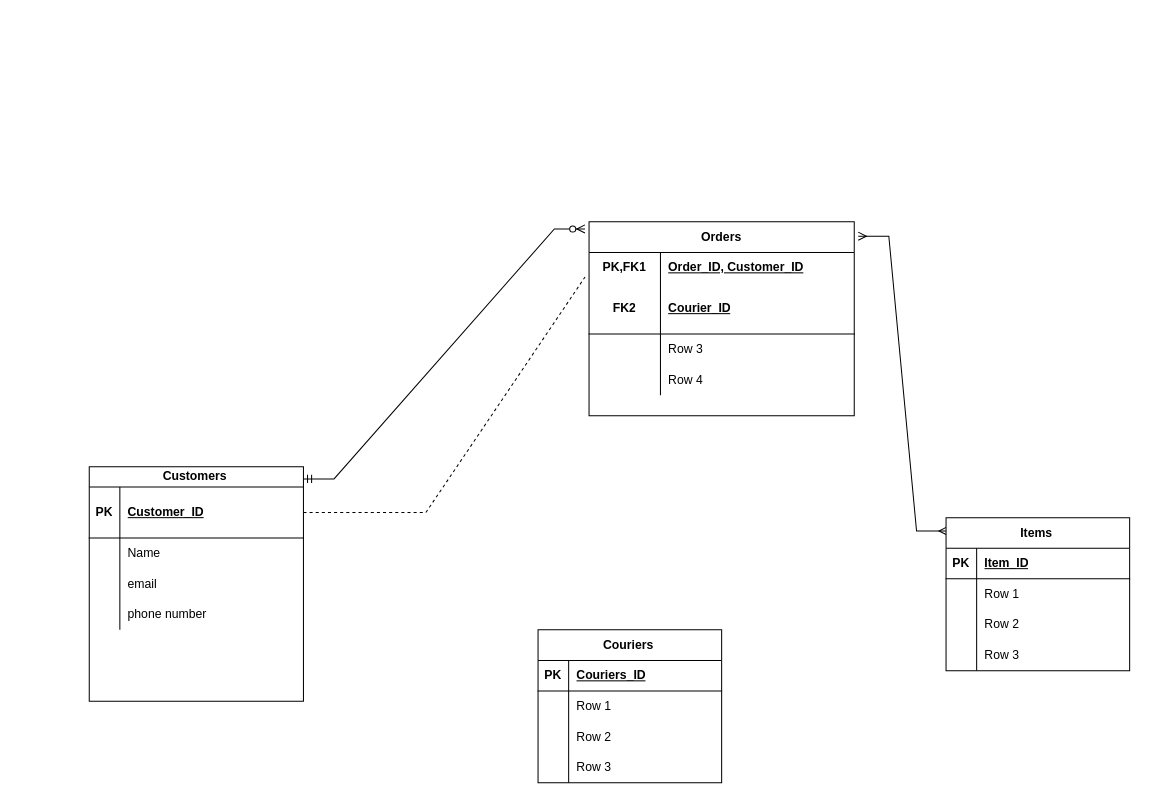
The draw.io diagram Untitled Diagram.drawio in Travis-bug/Eseosa-, before the edit. Source tidied: cells renumbered, new cells numbered last; positions are measured from the earlier drawing's top-left corner, leaving out a move shared by most shapes. Both pictures are drawn from the tidied source at 102%, with x=0, y=0 at pixel (89, 221).
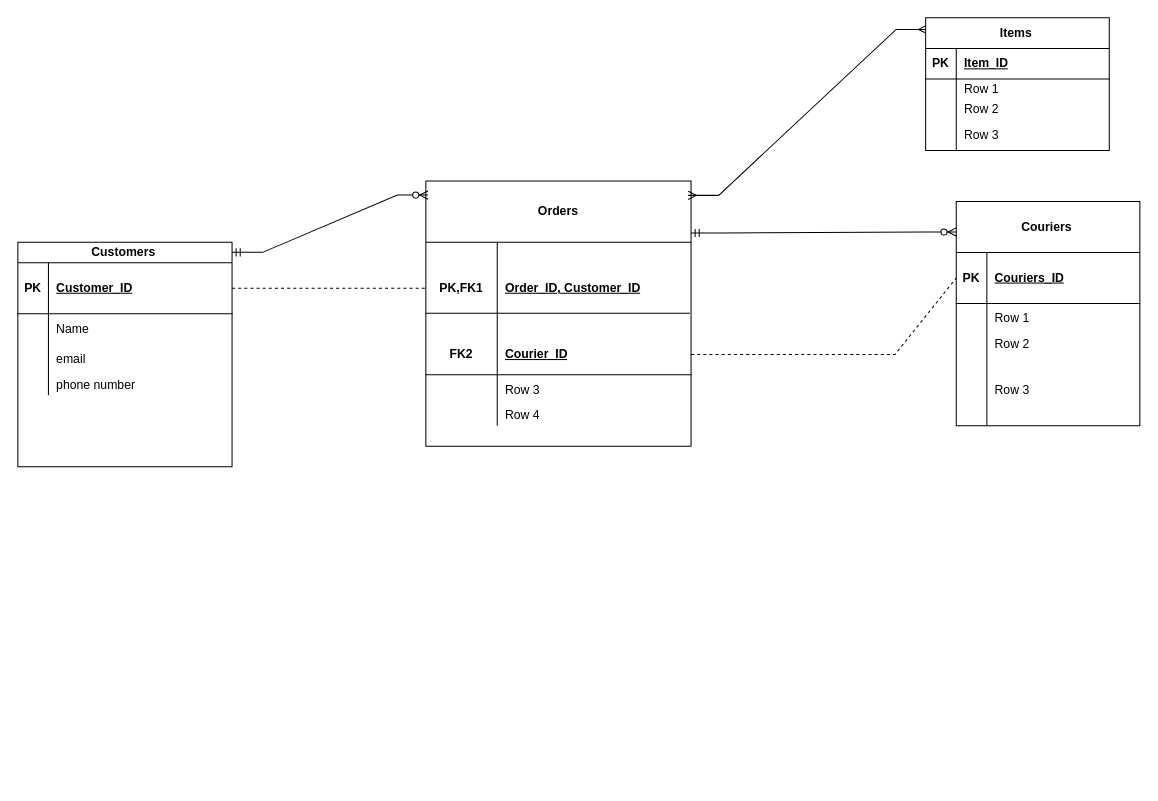
After the change.

The change refers to these unchanged cells:
```xml
<mxCell id="3" style="shape=tableRow;horizontal=0;startSize=0;swimlaneHead=0;swimlaneBody=0;fillColor=none;points=[[0,0.5],[1,0.5]];portConstraint=eastwest;top=0;left=0;right=0;bottom=1;" parent="2" vertex="1">
  <mxGeometry y="20" width="210" height="50" as="geometry" />
</mxCell>
```

Change to the diagram source:
```diff
@@
+    <mxCell id="57" style="edgeStyle=orthogonalEdgeStyle;rounded=0;jettySize=auto;html=1;exitX=0.5;exitY=0;exitDx=0;exitDy=0;" parent="1" edge="1" source="2">
+      <mxGeometry relative="1" as="geometry">
+        <mxPoint x="35" y="30" as="targetPoint" />
+      </mxGeometry>
+    </mxCell>
     <mxCell id="2" value="Customers&amp;nbsp;" style="shape=table;startSize=20;childLayout=tableLayout;rowLines=0;fontStyle=1;align=center;html=1;" parent="1" vertex="1">
-      <mxGeometry y="240" width="210" height="230" as="geometry" />
+      <mxGeometry x="-70" y="20" width="210" height="220" as="geometry" />
     </mxCell>
@@
     <mxCell id="12" style="shape=tableRow;horizontal=0;startSize=0;swimlaneHead=0;swimlaneBody=0;fillColor=none;top=0;left=0;right=0;bottom=0;" parent="2" vertex="1">
-      <mxGeometry y="130" width="210" height="30" as="geometry" />
+      <mxGeometry y="130" width="210" height="20" as="geometry" />
     </mxCell>
     <mxCell id="13" style="shape=partialRectangle;fillColor=none;top=0;left=0;bottom=0;right=0;overflow=hidden;whiteSpace=wrap;html=1;" parent="12" vertex="1">
-      <mxGeometry width="30" height="30" as="geometry" />
+      <mxGeometry width="30" height="20" as="geometry" />
     </mxCell>
     <mxCell id="14" value="phone number&amp;nbsp;" style="shape=partialRectangle;fillColor=none;top=0;left=0;bottom=0;right=0;align=left;spacingLeft=6;overflow=hidden;whiteSpace=wrap;html=1;" parent="12" vertex="1">
-      <mxGeometry x="30" width="180" height="30" as="geometry" />
+      <mxGeometry x="30" width="180" height="20" as="geometry" />
     </mxCell>
-    <mxCell id="15" value="Couriers&amp;nbsp;" style="shape=table;startSize=30;childLayout=tableLayout;rowLines=0;fontStyle=1;align=center;html=1;" parent="1" vertex="1">
-      <mxGeometry x="440" y="400" width="180" height="150" as="geometry" />
+    <mxCell id="15" value="Couriers&amp;nbsp;" style="shape=table;startSize=50;childLayout=tableLayout;rowLines=0;fontStyle=1;align=center;html=1;" parent="1" vertex="1">
+      <mxGeometry x="850" y="-20" width="180" height="220" as="geometry" />
     </mxCell>
     <mxCell id="16" style="shape=tableRow;horizontal=0;startSize=0;swimlaneHead=0;swimlaneBody=0;fillColor=none;points=[[0,0.5],[1,0.5]];portConstraint=eastwest;top=0;left=0;right=0;bottom=1;" parent="15" vertex="1">
-      <mxGeometry y="30" width="180" height="30" as="geometry" />
+      <mxGeometry y="50" width="180" height="50" as="geometry" />
     </mxCell>
     <mxCell id="17" value="PK" style="shape=partialRectangle;fillColor=none;top=0;left=0;bottom=0;right=0;fontStyle=1;overflow=hidden;whiteSpace=wrap;html=1;" parent="16" vertex="1">
-      <mxGeometry width="30" height="30" as="geometry" />
+      <mxGeometry width="30" height="50" as="geometry" />
     </mxCell>
     <mxCell id="18" value="Couriers_ID" style="shape=partialRectangle;fillColor=none;top=0;left=0;bottom=0;right=0;align=left;spacingLeft=6;fontStyle=5;overflow=hidden;whiteSpace=wrap;html=1;" parent="16" vertex="1">
-      <mxGeometry x="30" width="150" height="30" as="geometry" />
+      <mxGeometry x="30" width="150" height="50" as="geometry" />
     </mxCell>
     <mxCell id="19" style="shape=tableRow;horizontal=0;startSize=0;swimlaneHead=0;swimlaneBody=0;fillColor=none;top=0;left=0;right=0;bottom=0;" parent="15" vertex="1">
-      <mxGeometry y="60" width="180" height="30" as="geometry" />
+      <mxGeometry y="100" width="180" height="30" as="geometry" />
     </mxCell>
@@
     <mxCell id="22" style="shape=tableRow;horizontal=0;startSize=0;swimlaneHead=0;swimlaneBody=0;fillColor=none;top=0;left=0;right=0;bottom=0;" parent="15" vertex="1">
-      <mxGeometry y="90" width="180" height="30" as="geometry" />
+      <mxGeometry y="130" width="180" height="20" as="geometry" />
     </mxCell>
     <mxCell id="23" style="shape=partialRectangle;fillColor=none;top=0;left=0;bottom=0;right=0;overflow=hidden;whiteSpace=wrap;html=1;" parent="22" vertex="1">
-      <mxGeometry width="30" height="30" as="geometry" />
+      <mxGeometry width="30" height="20" as="geometry" />
     </mxCell>
     <mxCell id="24" value="Row 2" style="shape=partialRectangle;fillColor=none;top=0;left=0;bottom=0;right=0;align=left;spacingLeft=6;overflow=hidden;whiteSpace=wrap;html=1;" parent="22" vertex="1">
-      <mxGeometry x="30" width="150" height="30" as="geometry" />
+      <mxGeometry x="30" width="150" height="20" as="geometry" />
     </mxCell>
     <mxCell id="25" style="shape=tableRow;horizontal=0;startSize=0;swimlaneHead=0;swimlaneBody=0;fillColor=none;top=0;left=0;right=0;bottom=0;" parent="15" vertex="1">
-      <mxGeometry y="120" width="180" height="30" as="geometry" />
+      <mxGeometry y="150" width="180" height="70" as="geometry" />
     </mxCell>
     <mxCell id="26" style="shape=partialRectangle;fillColor=none;top=0;left=0;bottom=0;right=0;overflow=hidden;whiteSpace=wrap;html=1;" parent="25" vertex="1">
-      <mxGeometry width="30" height="30" as="geometry" />
+      <mxGeometry width="30" height="70" as="geometry" />
     </mxCell>
     <mxCell id="27" value="Row 3" style="shape=partialRectangle;fillColor=none;top=0;left=0;bottom=0;right=0;align=left;spacingLeft=6;overflow=hidden;whiteSpace=wrap;html=1;" parent="25" vertex="1">
-      <mxGeometry x="30" width="150" height="30" as="geometry" />
+      <mxGeometry x="30" width="150" height="70" as="geometry" />
     </mxCell>
-    <mxCell id="28" value="Orders" style="shape=table;startSize=30;childLayout=tableLayout;rowLines=0;fontStyle=1;align=center;html=1;whiteSpace=wrap;" parent="1" vertex="1">
-      <mxGeometry x="490" width="260" height="190" as="geometry" />
+    <mxCell id="28" value="Orders" style="shape=table;startSize=60;childLayout=tableLayout;rowLines=0;fontStyle=1;align=center;html=1;whiteSpace=wrap;" parent="1" vertex="1">
+      <mxGeometry x="330" y="-40" width="260" height="260" as="geometry" />
     </mxCell>
     <mxCell id="29" style="shape=tableRow;horizontal=0;startSize=0;swimlaneHead=0;swimlaneBody=0;fillColor=none;points=[[0,0.5],[1,0.5]];portConstraint=eastwest;top=0;left=0;right=0;bottom=0;html=1;" parent="28" vertex="1">
-      <mxGeometry y="30" width="260" height="30" as="geometry" />
+      <mxGeometry y="60" width="260" height="90" as="geometry" />
     </mxCell>
     <mxCell id="30" value="PK,FK1" style="shape=partialRectangle;fillColor=none;top=0;left=0;bottom=0;right=0;fontStyle=1;overflow=hidden;html=1;whiteSpace=wrap;" parent="29" vertex="1">
-      <mxGeometry width="70" height="30" as="geometry" />
+      <mxGeometry width="70" height="90" as="geometry" />
     </mxCell>
     <mxCell id="31" value="Order_ID, Customer_ID" style="shape=partialRectangle;fillColor=none;top=0;left=0;bottom=0;right=0;align=left;spacingLeft=6;fontStyle=5;overflow=hidden;html=1;whiteSpace=wrap;" parent="29" vertex="1">
-      <mxGeometry x="70" width="190" height="30" as="geometry" />
+      <mxGeometry x="70" width="190" height="90" as="geometry" />
     </mxCell>
     <mxCell id="32" style="shape=tableRow;horizontal=0;startSize=0;swimlaneHead=0;swimlaneBody=0;fillColor=none;points=[[0,0.5],[1,0.5]];portConstraint=eastwest;top=0;left=0;right=0;bottom=1;html=1;" parent="28" vertex="1">
-      <mxGeometry y="60" width="260" height="50" as="geometry" />
+      <mxGeometry y="150" width="260" height="40" as="geometry" />
     </mxCell>
     <mxCell id="33" value="FK2" style="shape=partialRectangle;fillColor=none;top=0;left=0;bottom=0;right=0;fontStyle=1;overflow=hidden;html=1;whiteSpace=wrap;" parent="32" vertex="1">
-      <mxGeometry width="70" height="50" as="geometry" />
+      <mxGeometry width="70" height="40" as="geometry" />
     </mxCell>
     <mxCell id="34" value="Courier_ID" style="shape=partialRectangle;fillColor=none;top=0;left=0;bottom=0;right=0;align=left;spacingLeft=6;fontStyle=5;overflow=hidden;html=1;whiteSpace=wrap;" parent="32" vertex="1">
-      <mxGeometry x="70" width="190" height="50" as="geometry" />
+      <mxGeometry x="70" width="190" height="40" as="geometry" />
     </mxCell>
     <mxCell id="35" style="shape=tableRow;horizontal=0;startSize=0;swimlaneHead=0;swimlaneBody=0;fillColor=none;top=0;left=0;right=0;bottom=0;html=1;" parent="28" vertex="1">
-      <mxGeometry y="110" width="260" height="30" as="geometry" />
+      <mxGeometry y="190" width="260" height="30" as="geometry" />
     </mxCell>
@@
     <mxCell id="38" style="shape=tableRow;horizontal=0;startSize=0;swimlaneHead=0;swimlaneBody=0;fillColor=none;top=0;left=0;right=0;bottom=0;html=1;" parent="28" vertex="1">
-      <mxGeometry y="140" width="260" height="30" as="geometry" />
+      <mxGeometry y="220" width="260" height="20" as="geometry" />
     </mxCell>
     <mxCell id="39" style="shape=partialRectangle;fillColor=none;top=0;left=0;bottom=0;right=0;overflow=hidden;html=1;whiteSpace=wrap;" parent="38" vertex="1">
-      <mxGeometry width="70" height="30" as="geometry" />
+      <mxGeometry width="70" height="20" as="geometry" />
     </mxCell>
     <mxCell id="40" value="Row 4" style="shape=partialRectangle;fillColor=none;top=0;left=0;bottom=0;right=0;align=left;spacingLeft=6;overflow=hidden;html=1;whiteSpace=wrap;" parent="38" vertex="1">
-      <mxGeometry x="70" width="190" height="30" as="geometry" />
+      <mxGeometry x="70" width="190" height="20" as="geometry" />
     </mxCell>
-    <mxCell id="41" style="endArrow=none;dashed=1;html=1;rounded=0;exitX=1;exitY=0.5;exitDx=0;exitDy=0;entryX=-0.015;entryY=0.8;entryDx=0;entryDy=0;entryPerimeter=0;" parent="1" edge="1" source="3" target="29">
-      <mxGeometry relative="1" as="geometry">
-        <Array as="points">
-          <mxPoint x="330" y="285" />
-        </Array>
-      </mxGeometry>
+    <mxCell id="41" style="endArrow=none;dashed=1;html=1;rounded=0;entryX=0;entryY=0.5;entryDx=0;entryDy=0;exitX=1;exitY=0.5;exitDx=0;exitDy=0;" parent="1" edge="1" source="3" target="29">
+      <mxGeometry relative="1" as="geometry" />
     </mxCell>
-    <mxCell id="42" style="edgeStyle=entityRelationEdgeStyle;fontSize=12;html=1;endArrow=ERmany;startArrow=ERmany;rounded=0;exitX=1.015;exitY=0.074;exitDx=0;exitDy=0;exitPerimeter=0;entryX=0.006;entryY=0.087;entryDx=0;entryDy=0;entryPerimeter=0;" parent="1" edge="1" source="28" target="43">
+    <mxCell id="42" style="edgeStyle=entityRelationEdgeStyle;fontSize=12;html=1;endArrow=ERmany;startArrow=ERmany;rounded=0;exitX=0.989;exitY=0.054;exitDx=0;exitDy=0;exitPerimeter=0;entryX=0.006;entryY=0.087;entryDx=0;entryDy=0;entryPerimeter=0;" parent="1" edge="1" source="28" target="43">
       <mxGeometry relative="1" as="geometry">
         <Array as="points">
           <mxPoint x="650" y="310" />
+          <mxPoint x="790" y="70" />
           <mxPoint x="630" y="250" />
           <mxPoint x="620" y="290" />
         </Array>
       </mxGeometry>
     </mxCell>
     <mxCell id="43" value="Items&amp;nbsp;" style="shape=table;startSize=30;childLayout=tableLayout;rowLines=0;fontStyle=1;align=center;html=1;" parent="1" vertex="1">
-      <mxGeometry x="840" y="290" width="180" height="150" as="geometry" />
+      <mxGeometry x="820" y="-200" width="180" height="130" as="geometry" />
     </mxCell>
@@
     <mxCell id="47" style="shape=tableRow;horizontal=0;startSize=0;swimlaneHead=0;swimlaneBody=0;fillColor=none;top=0;left=0;right=0;bottom=0;" parent="43" vertex="1">
-      <mxGeometry y="60" width="180" height="30" as="geometry" />
+      <mxGeometry y="60" width="180" height="20" as="geometry" />
     </mxCell>
     <mxCell id="48" style="shape=partialRectangle;fillColor=none;top=0;left=0;bottom=0;right=0;overflow=hidden;whiteSpace=wrap;html=1;" parent="47" vertex="1">
-      <mxGeometry width="30" height="30" as="geometry" />
+      <mxGeometry width="30" height="20" as="geometry" />
     </mxCell>
     <mxCell id="49" value="Row 1" style="shape=partialRectangle;fillColor=none;top=0;left=0;bottom=0;right=0;align=left;spacingLeft=6;overflow=hidden;whiteSpace=wrap;html=1;" parent="47" vertex="1">
-      <mxGeometry x="30" width="150" height="30" as="geometry" />
+      <mxGeometry x="30" width="150" height="20" as="geometry" />
     </mxCell>
     <mxCell id="50" style="shape=tableRow;horizontal=0;startSize=0;swimlaneHead=0;swimlaneBody=0;fillColor=none;top=0;left=0;right=0;bottom=0;" parent="43" vertex="1">
-      <mxGeometry y="90" width="180" height="30" as="geometry" />
+      <mxGeometry y="80" width="180" height="20" as="geometry" />
     </mxCell>
     <mxCell id="51" style="shape=partialRectangle;fillColor=none;top=0;left=0;bottom=0;right=0;overflow=hidden;whiteSpace=wrap;html=1;" parent="50" vertex="1">
-      <mxGeometry width="30" height="30" as="geometry" />
+      <mxGeometry width="30" height="20" as="geometry" />
     </mxCell>
     <mxCell id="52" value="Row 2" style="shape=partialRectangle;fillColor=none;top=0;left=0;bottom=0;right=0;align=left;spacingLeft=6;overflow=hidden;whiteSpace=wrap;html=1;" parent="50" vertex="1">
-      <mxGeometry x="30" width="150" height="30" as="geometry" />
+      <mxGeometry x="30" width="150" height="20" as="geometry" />
     </mxCell>
     <mxCell id="53" style="shape=tableRow;horizontal=0;startSize=0;swimlaneHead=0;swimlaneBody=0;fillColor=none;top=0;left=0;right=0;bottom=0;" parent="43" vertex="1">
-      <mxGeometry y="120" width="180" height="30" as="geometry" />
+      <mxGeometry y="100" width="180" height="30" as="geometry" />
     </mxCell>
@@
-    <mxCell id="56" style="edgeStyle=entityRelationEdgeStyle;fontSize=12;html=1;endArrow=ERzeroToMany;startArrow=ERmandOne;rounded=0;exitX=1.019;exitY=0.052;exitDx=0;exitDy=0;exitPerimeter=0;entryX=0;entryY=0.037;entryDx=0;entryDy=0;entryPerimeter=0;" parent="1" edge="1">
-      <mxGeometry relative="1" as="geometry">
-        <mxPoint x="210" y="252" as="sourcePoint" />
-        <mxPoint x="486" y="7" as="targetPoint" />
-      </mxGeometry>
+    <mxCell id="56" style="edgeStyle=entityRelationEdgeStyle;fontSize=12;html=1;endArrow=ERzeroToMany;startArrow=ERmandOne;rounded=0;entryX=0.008;entryY=0.053;entryDx=0;entryDy=0;entryPerimeter=0;exitX=1;exitY=0.045;exitDx=0;exitDy=0;exitPerimeter=0;" parent="1" edge="1" source="2" target="28">
+      <mxGeometry relative="1" as="geometry" />
     </mxCell>
+    <mxCell id="58" style="edgeStyle=entityRelationEdgeStyle;fontSize=12;html=1;endArrow=ERzeroToMany;startArrow=ERmandOne;rounded=0;exitX=1;exitY=0.196;exitDx=0;exitDy=0;exitPerimeter=0;entryX=0;entryY=0.136;entryDx=0;entryDy=0;entryPerimeter=0;" parent="1" edge="1" source="28" target="15">
+      <mxGeometry relative="1" as="geometry">
+        <Array as="points">
+          <mxPoint x="532.8" y="498.9" />
+          <mxPoint x="710" />
+          <mxPoint x="700" />
+          <mxPoint x="612.8" y="538.9" />
+          <mxPoint x="990" y="10" />
+          <mxPoint x="1010" y="-10" />
+          <mxPoint x="552.8" y="758.9" />
+          <mxPoint x="479" y="660" />
+        </Array>
+      </mxGeometry>
+    </mxCell>
+    <mxCell id="59" style="endArrow=none;html=1;rounded=0;" parent="1" edge="1">
+      <mxGeometry relative="1" as="geometry">
+        <mxPoint x="330" y="89.5" as="sourcePoint" />
+        <mxPoint x="589" y="89.5" as="targetPoint" />
+        <Array as="points">
+          <mxPoint x="460" y="89.5" />
+          <mxPoint x="510" y="89.5" />
+          <mxPoint x="540" y="89.5" />
+          <mxPoint x="570" y="89.5" />
+        </Array>
+      </mxGeometry>
+    </mxCell>
+    <mxCell id="60" style="endArrow=none;dashed=1;html=1;rounded=0;entryX=0;entryY=0.5;entryDx=0;entryDy=0;exitX=1;exitY=0.5;exitDx=0;exitDy=0;" parent="1" edge="1" source="32" target="16">
+      <mxGeometry relative="1" as="geometry">
+        <Array as="points">
+          <mxPoint x="790" y="130" />
+        </Array>
+      </mxGeometry>
+    </mxCell>
```
